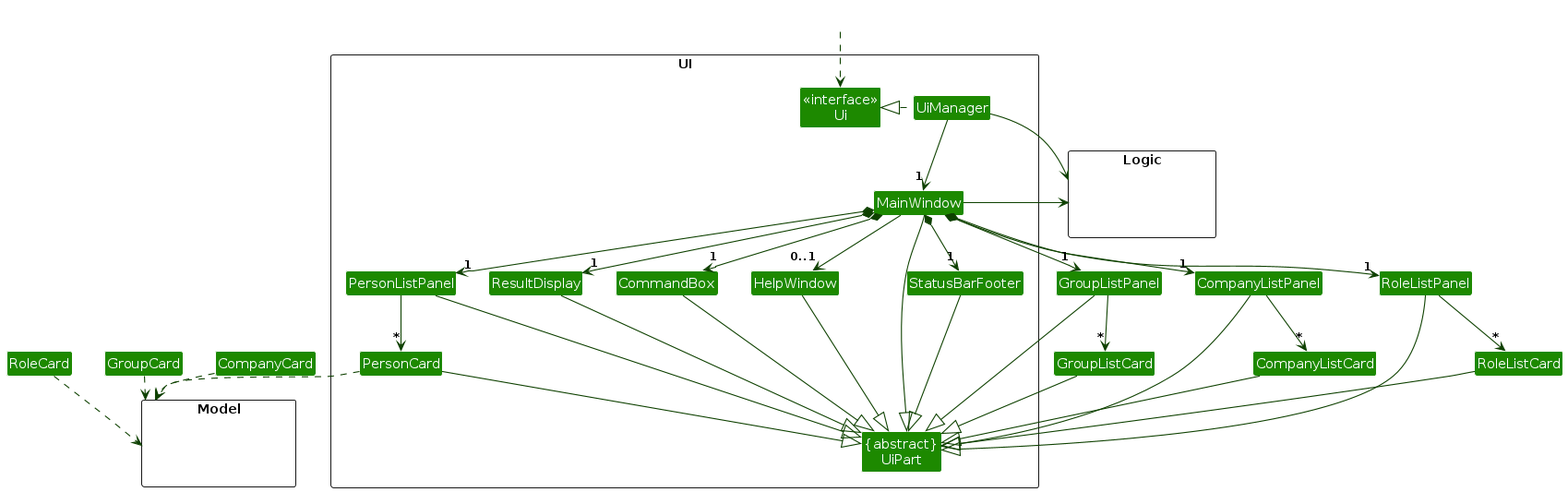
Earlier version of the PlantUML export diagrams/UiClassDiagram.png (AY2526S2-CS2103T-W11-2/tp). Its source is kept beside it as diagrams/UiClassDiagram.puml. Its diagram source:
```plantuml
@startuml
!include style.puml
skinparam arrowThickness 1.1
skinparam arrowColor UI_COLOR_T4
skinparam classBackgroundColor UI_COLOR

package UI <<Rectangle>>{
Class "<<interface>>\nUi" as Ui
Class "{abstract}\nUiPart" as UiPart
Class UiManager
Class MainWindow
Class HelpWindow
Class ResultDisplay
Class PersonListPanel
Class PersonCard
Class StatusBarFooter
Class CommandBox
}

package Model <<Rectangle>> {
Class HiddenModel #FFFFFF
}

package Logic <<Rectangle>> {
Class HiddenLogic #FFFFFF
}

Class HiddenOutside #FFFFFF
HiddenOutside ..> Ui

UiManager .left.|> Ui
UiManager -down-> "1" MainWindow
MainWindow *-down->  "1" CommandBox
MainWindow *-down-> "1" ResultDisplay
MainWindow *-down-> "1" PersonListPanel
MainWindow *-down-> "1" CompanyListPanel
MainWindow *-down-> "1" RoleListPanel
MainWindow *-down-> "1" GroupListPanel
MainWindow *-down-> "1" StatusBarFooter
MainWindow --> "0..1" HelpWindow

PersonListPanel -down-> "*" PersonCard
CompanyListPanel -down-> "*" CompanyListCard
RoleListPanel -down-> "*" RoleListCard
GroupListPanel -down-> "*" GroupListCard

MainWindow -left-|> UiPart

ResultDisplay --|> UiPart
CommandBox --|> UiPart
PersonListPanel --|> UiPart
PersonCard --|> UiPart
CompanyListPanel --|> UiPart
CompanyListCard --|> UiPart
RoleListPanel --|> UiPart
RoleListCard --|> UiPart
GroupListPanel --|> UiPart
GroupListCard --|> UiPart
StatusBarFooter --|> UiPart
HelpWindow --|> UiPart

PersonCard ..> Model
CompanyCard ..> Model
RoleCard ..> Model
GroupCard ..> Model
UiManager -right-> Logic
MainWindow -left-> Logic

PersonListPanel -[hidden]left- HelpWindow
HelpWindow -[hidden]left- CommandBox
CommandBox -[hidden]left- ResultDisplay
ResultDisplay -[hidden]left- StatusBarFooter

MainWindow -[hidden]-|> UiPart
@enduml
```
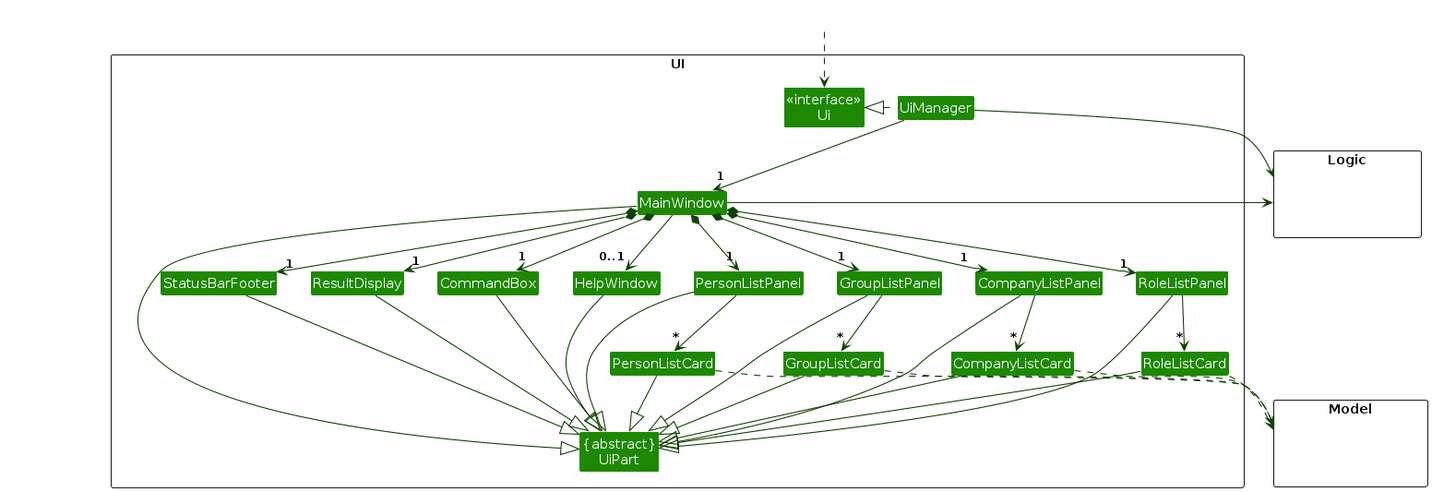
Above is the later version.

Diff of the diagram source:
```diff
@@ -1,4 +1,4 @@
-@startuml
+@startuml ui-class-diagram /' Renames the file to kebab-case when exported as an image.'/
 !include style.puml
 skinparam arrowThickness 1.1
 skinparam arrowColor UI_COLOR_T4
@@ -12,9 +12,15 @@
 Class HelpWindow
 Class ResultDisplay
 Class PersonListPanel
-Class PersonCard
+Class PersonListCard
 Class StatusBarFooter
 Class CommandBox
+Class GroupListPanel
+Class GroupListCard
+Class CompanyListPanel
+Class CompanyListCard
+Class RoleListPanel
+Class RoleListCard
 }
 
 package Model <<Rectangle>> {
@@ -39,7 +45,7 @@
 MainWindow *-down-> "1" StatusBarFooter
 MainWindow --> "0..1" HelpWindow
 
-PersonListPanel -down-> "*" PersonCard
+PersonListPanel -down-> "*" PersonListCard
 CompanyListPanel -down-> "*" CompanyListCard
 RoleListPanel -down-> "*" RoleListCard
 GroupListPanel -down-> "*" GroupListCard
@@ -49,7 +55,7 @@
 ResultDisplay --|> UiPart
 CommandBox --|> UiPart
 PersonListPanel --|> UiPart
-PersonCard --|> UiPart
+PersonListCard --|> UiPart
 CompanyListPanel --|> UiPart
 CompanyListCard --|> UiPart
 RoleListPanel --|> UiPart
@@ -59,10 +65,10 @@
 StatusBarFooter --|> UiPart
 HelpWindow --|> UiPart
 
-PersonCard ..> Model
-CompanyCard ..> Model
-RoleCard ..> Model
-GroupCard ..> Model
+PersonListCard ..> Model
+CompanyListCard ..> Model
+RoleListCard ..> Model
+GroupListCard ..> Model
 UiManager -right-> Logic
 MainWindow -left-> Logic
 
```
